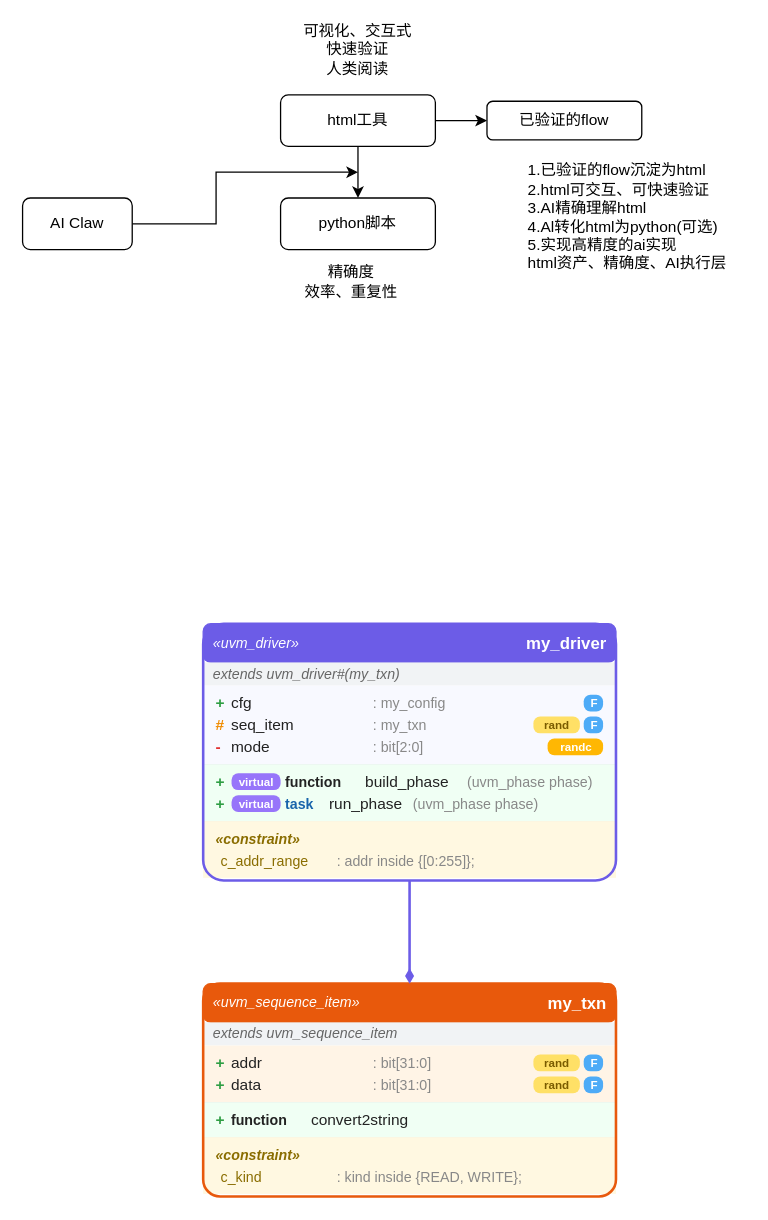
Above: page "第 8 页" (8 of 8) of drawio/杂项.drawio in iceyxy/flow-chart-drawio (draw.io), before the change. Source tidied: cells renumbered, new cells numbered last; positions are measured from the earlier drawing's top-left corner, leaving out a move shared by most shapes. Both pictures are drawn from the tidied source at 129%, with x=0, y=0 at pixel (22, 30).
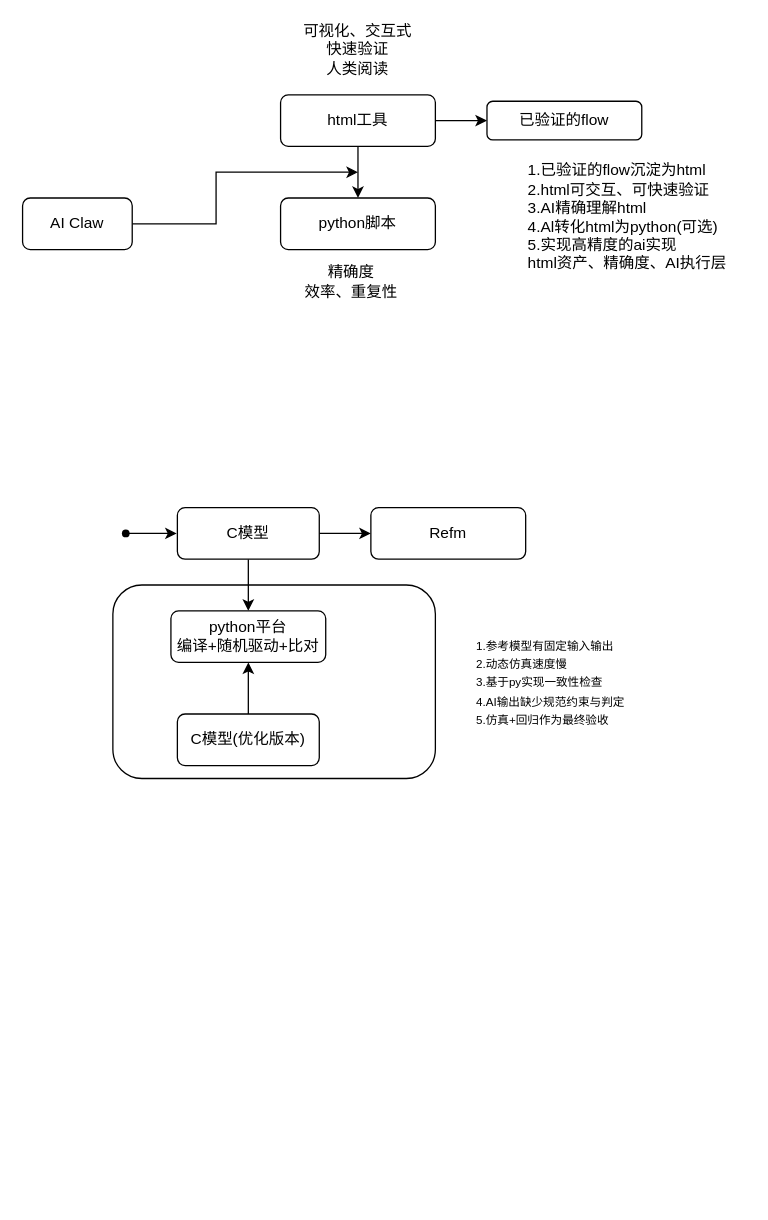
The same page after the edit.

Diff of the diagram source:
```diff
@@
+    <mxCell id="77" style="rounded=1;whiteSpace=wrap;html=1;" parent="1" vertex="1">
+      <mxGeometry x="70" y="430" width="250" height="150" as="geometry" />
+    </mxCell>
@@
-    <mxCell id="12" style="rounded=1;arcSize=20;fillColor=#6c5ce7;strokeColor=#6c5ce7;strokeWidth=1;" parent="1" vertex="1">
-      <mxGeometry x="140" y="460" width="320" height="30" as="geometry" />
-    </mxCell>
-    <mxCell id="13" value="«uvm_driver»" style="text;html=1;strokeColor=none;fillColor=none;align=left;verticalAlign=middle;fontColor=#ffffff;fontStyle=2;fontSize=11;spacing=0;spacingLeft=8;" parent="1" vertex="1">
-      <mxGeometry x="140" y="460" width="192" height="30" as="geometry" />
-    </mxCell>
-    <mxCell id="14" value="my_driver" style="text;html=1;strokeColor=none;fillColor=none;align=right;verticalAlign=middle;fontColor=#ffffff;fontStyle=1;fontSize=13;spacing=0;spacingRight=8;" parent="1" vertex="1">
-      <mxGeometry x="268" y="460" width="192" height="30" as="geometry" />
-    </mxCell>
-    <mxCell id="15" style="shape=rectangle;fillColor=#f1f3f5;strokeColor=none;" parent="1" vertex="1">
-      <mxGeometry x="140" y="490" width="320" height="18" as="geometry" />
-    </mxCell>
-    <mxCell id="16" value="extends uvm_driver#(my_txn)" style="text;html=1;strokeColor=none;fillColor=none;align=left;verticalAlign=middle;fontColor=#666666;fontStyle=2;fontSize=11;spacing=0;spacingLeft=8;" parent="1" vertex="1">
-      <mxGeometry x="140" y="490" width="320" height="18" as="geometry" />
-    </mxCell>
-    <mxCell id="17" style="shape=rectangle;fillColor=#f8f9ff;strokeColor=none;" parent="1" vertex="1">
-      <mxGeometry x="140" y="508" width="320" height="61" as="geometry" />
-    </mxCell>
-    <mxCell id="18" style="shape=line;strokeColor=#dee2e6;strokeWidth=1;" parent="1" vertex="1">
-      <mxGeometry x="140" y="569" width="320" height="1" as="geometry" />
-    </mxCell>
-    <mxCell id="19" value="+" style="text;html=1;strokeColor=none;fillColor=none;align=left;verticalAlign=middle;fontColor=#2f9e44;fontStyle=1;fontSize=12;spacing=0;spacingLeft=10;" parent="1" vertex="1">
-      <mxGeometry x="140" y="513" width="14" height="17" as="geometry" />
-    </mxCell>
-    <mxCell id="20" value="cfg" style="text;html=1;strokeColor=none;fillColor=none;align=left;verticalAlign=middle;fontColor=#222222;fontSize=12;spacing=0;spacingLeft=0;" parent="1" vertex="1">
-      <mxGeometry x="162" y="513" width="110" height="17" as="geometry" />
-    </mxCell>
-    <mxCell id="21" value=": my_config" style="text;html=1;strokeColor=none;fillColor=none;align=left;verticalAlign=middle;fontColor=#888888;fontSize=11;spacing=0;spacingLeft=0;" parent="1" vertex="1">
-      <mxGeometry x="272" y="513" width="100" height="17" as="geometry" />
-    </mxCell>
-    <mxCell id="22" value="F" style="rounded=1;arcSize=40;fillColor=#4dabf7;strokeColor=none;html=1;align=center;verticalAlign=middle;fontColor=#ffffff;fontSize=9;fontStyle=1;spacing=0;spacingLeft=2;spacingRight=2;" parent="1" vertex="1">
-      <mxGeometry x="435" y="515" width="15" height="13" as="geometry" />
-    </mxCell>
-    <mxCell id="23" value="#" style="text;html=1;strokeColor=none;fillColor=none;align=left;verticalAlign=middle;fontColor=#f08c00;fontStyle=1;fontSize=12;spacing=0;spacingLeft=10;" parent="1" vertex="1">
-      <mxGeometry x="140" y="530" width="14" height="17" as="geometry" />
-    </mxCell>
-    <mxCell id="24" value="seq_item" style="text;html=1;strokeColor=none;fillColor=none;align=left;verticalAlign=middle;fontColor=#222222;fontSize=12;spacing=0;spacingLeft=0;" parent="1" vertex="1">
-      <mxGeometry x="162" y="530" width="110" height="17" as="geometry" />
-    </mxCell>
-    <mxCell id="25" value=": my_txn" style="text;html=1;strokeColor=none;fillColor=none;align=left;verticalAlign=middle;fontColor=#888888;fontSize=11;spacing=0;spacingLeft=0;" parent="1" vertex="1">
-      <mxGeometry x="272" y="530" width="100" height="17" as="geometry" />
-    </mxCell>
-    <mxCell id="26" value="F" style="rounded=1;arcSize=40;fillColor=#4dabf7;strokeColor=none;html=1;align=center;verticalAlign=middle;fontColor=#ffffff;fontSize=9;fontStyle=1;spacing=0;spacingLeft=2;spacingRight=2;" parent="1" vertex="1">
-      <mxGeometry x="435" y="532" width="15" height="13" as="geometry" />
-    </mxCell>
-    <mxCell id="27" value="rand" style="rounded=1;arcSize=40;fillColor=#ffe066;strokeColor=none;html=1;align=center;verticalAlign=middle;fontColor=#7a5c00;fontSize=9;fontStyle=1;spacing=0;spacingLeft=2;spacingRight=2;" parent="1" vertex="1">
-      <mxGeometry x="396" y="532" width="36" height="13" as="geometry" />
-    </mxCell>
-    <mxCell id="28" value="-" style="text;html=1;strokeColor=none;fillColor=none;align=left;verticalAlign=middle;fontColor=#e03131;fontStyle=1;fontSize=12;spacing=0;spacingLeft=10;" parent="1" vertex="1">
-      <mxGeometry x="140" y="547" width="14" height="17" as="geometry" />
-    </mxCell>
-    <mxCell id="29" value="mode" style="text;html=1;strokeColor=none;fillColor=none;align=left;verticalAlign=middle;fontColor=#222222;fontSize=12;spacing=0;spacingLeft=0;" parent="1" vertex="1">
-      <mxGeometry x="162" y="547" width="110" height="17" as="geometry" />
-    </mxCell>
-    <mxCell id="30" value=": bit[2:0]" style="text;html=1;strokeColor=none;fillColor=none;align=left;verticalAlign=middle;fontColor=#888888;fontSize=11;spacing=0;spacingLeft=0;" parent="1" vertex="1">
-      <mxGeometry x="272" y="547" width="100" height="17" as="geometry" />
-    </mxCell>
-    <mxCell id="31" value="randc" style="rounded=1;arcSize=40;fillColor=#ffb703;strokeColor=none;html=1;align=center;verticalAlign=middle;fontColor=#ffffff;fontSize=9;fontStyle=1;spacing=0;spacingLeft=2;spacingRight=2;" parent="1" vertex="1">
-      <mxGeometry x="407" y="549" width="43" height="13" as="geometry" />
-    </mxCell>
-    <mxCell id="32" style="shape=rectangle;fillColor=#f0fff4;strokeColor=none;" parent="1" vertex="1">
-      <mxGeometry x="140" y="569" width="320" height="44" as="geometry" />
-    </mxCell>
-    <mxCell id="33" style="shape=line;strokeColor=#dee2e6;strokeWidth=1;" parent="1" vertex="1">
-      <mxGeometry x="140" y="613" width="320" height="1" as="geometry" />
-    </mxCell>
-    <mxCell id="34" value="+" style="text;html=1;strokeColor=none;fillColor=none;align=left;verticalAlign=middle;fontColor=#2f9e44;fontStyle=1;fontSize=12;spacing=0;spacingLeft=10;" parent="1" vertex="1">
-      <mxGeometry x="140" y="574" width="14" height="17" as="geometry" />
-    </mxCell>
-    <mxCell id="35" value="virtual" style="rounded=1;arcSize=40;fillColor=#9775fa;strokeColor=none;html=1;align=center;verticalAlign=middle;fontColor=#ffffff;fontSize=9;fontStyle=1;spacing=0;" parent="1" vertex="1">
-      <mxGeometry x="162" y="576" width="38" height="13" as="geometry" />
-    </mxCell>
-    <mxCell id="36" value="function" style="text;html=1;strokeColor=none;fillColor=none;align=left;verticalAlign=middle;fontColor=#222222;fontStyle=1;fontSize=11;spacing=0;" parent="1" vertex="1">
-      <mxGeometry x="204" y="574" width="60" height="17" as="geometry" />
-    </mxCell>
-    <mxCell id="37" value="build_phase" style="text;html=1;strokeColor=none;fillColor=none;align=left;verticalAlign=middle;fontColor=#222222;fontSize=12;spacing=0;" parent="1" vertex="1">
-      <mxGeometry x="266" y="574" width="120" height="17" as="geometry" />
-    </mxCell>
-    <mxCell id="38" value="(uvm_phase phase)" style="text;html=1;strokeColor=none;fillColor=none;align=left;verticalAlign=middle;fontColor=#888888;fontSize=11;spacing=0;" parent="1" vertex="1">
-      <mxGeometry x="345" y="574" width="107" height="17" as="geometry" />
-    </mxCell>
-    <mxCell id="39" value="+" style="text;html=1;strokeColor=none;fillColor=none;align=left;verticalAlign=middle;fontColor=#2f9e44;fontStyle=1;fontSize=12;spacing=0;spacingLeft=10;" parent="1" vertex="1">
-      <mxGeometry x="140" y="591" width="14" height="17" as="geometry" />
-    </mxCell>
-    <mxCell id="40" value="virtual" style="rounded=1;arcSize=40;fillColor=#9775fa;strokeColor=none;html=1;align=center;verticalAlign=middle;fontColor=#ffffff;fontSize=9;fontStyle=1;spacing=0;" parent="1" vertex="1">
-      <mxGeometry x="162" y="593" width="38" height="13" as="geometry" />
-    </mxCell>
-    <mxCell id="41" value="task" style="text;html=1;strokeColor=none;fillColor=none;align=left;verticalAlign=middle;fontColor=#1864ab;fontStyle=1;fontSize=11;spacing=0;" parent="1" vertex="1">
-      <mxGeometry x="204" y="591" width="32" height="17" as="geometry" />
-    </mxCell>
-    <mxCell id="42" value="run_phase" style="text;html=1;strokeColor=none;fillColor=none;align=left;verticalAlign=middle;fontColor=#222222;fontSize=12;spacing=0;" parent="1" vertex="1">
-      <mxGeometry x="238" y="591" width="120" height="17" as="geometry" />
-    </mxCell>
-    <mxCell id="43" value="(uvm_phase phase)" style="text;html=1;strokeColor=none;fillColor=none;align=left;verticalAlign=middle;fontColor=#888888;fontSize=11;spacing=0;" parent="1" vertex="1">
-      <mxGeometry x="303" y="591" width="149" height="17" as="geometry" />
-    </mxCell>
-    <mxCell id="44" style="shape=rectangle;fillColor=#fff8e1;strokeColor=none;" parent="1" vertex="1">
-      <mxGeometry x="140" y="613" width="320" height="44" as="geometry" />
-    </mxCell>
-    <mxCell id="45" value="«constraint»" style="text;html=1;strokeColor=none;fillColor=none;align=left;verticalAlign=middle;fontColor=#8a6d00;fontStyle=3;fontSize=11;spacing=0;spacingLeft=10;" parent="1" vertex="1">
-      <mxGeometry x="140" y="618" width="320" height="17" as="geometry" />
-    </mxCell>
-    <mxCell id="46" value="c_addr_range" style="text;html=1;strokeColor=none;fillColor=none;align=left;verticalAlign=middle;fontColor=#8a6d00;fontSize=11;spacing=0;spacingLeft=14;" parent="1" vertex="1">
-      <mxGeometry x="140" y="635" width="90" height="17" as="geometry" />
-    </mxCell>
-    <mxCell id="47" value=": addr inside {[0:255]};" style="text;html=1;strokeColor=none;fillColor=none;align=left;verticalAlign=middle;fontColor=#888888;fontSize=11;spacing=0;spacingLeft=0;" parent="1" vertex="1">
-      <mxGeometry x="244" y="635" width="210" height="17" as="geometry" />
-    </mxCell>
-    <mxCell id="48" style="rounded=1;arcSize=8;fillColor=none;strokeColor=#6c5ce7;strokeWidth=2;" parent="1" vertex="1">
-      <mxGeometry x="140" y="460" width="320" height="199" as="geometry" />
-    </mxCell>
-    <mxCell id="49" style="rounded=1;arcSize=20;fillColor=#e8590c;strokeColor=#e8590c;strokeWidth=1;" parent="1" vertex="1">
-      <mxGeometry x="140" y="739" width="320" height="30" as="geometry" />
-    </mxCell>
-    <mxCell id="50" value="«uvm_sequence_item»" style="text;html=1;strokeColor=none;fillColor=none;align=left;verticalAlign=middle;fontColor=#ffffff;fontStyle=2;fontSize=11;spacing=0;spacingLeft=8;" parent="1" vertex="1">
-      <mxGeometry x="140" y="739" width="192" height="30" as="geometry" />
-    </mxCell>
-    <mxCell id="51" value="my_txn" style="text;html=1;strokeColor=none;fillColor=none;align=right;verticalAlign=middle;fontColor=#ffffff;fontStyle=1;fontSize=13;spacing=0;spacingRight=8;" parent="1" vertex="1">
-      <mxGeometry x="268" y="739" width="192" height="30" as="geometry" />
-    </mxCell>
-    <mxCell id="52" style="shape=rectangle;fillColor=#f1f3f5;strokeColor=none;" parent="1" vertex="1">
-      <mxGeometry x="140" y="769" width="320" height="18" as="geometry" />
-    </mxCell>
-    <mxCell id="53" value="extends uvm_sequence_item" style="text;html=1;strokeColor=none;fillColor=none;align=left;verticalAlign=middle;fontColor=#666666;fontStyle=2;fontSize=11;spacing=0;spacingLeft=8;" parent="1" vertex="1">
-      <mxGeometry x="140" y="769" width="320" height="18" as="geometry" />
-    </mxCell>
-    <mxCell id="54" style="shape=rectangle;fillColor=#fff4e6;strokeColor=none;" parent="1" vertex="1">
-      <mxGeometry x="140" y="787" width="320" height="44" as="geometry" />
-    </mxCell>
-    <mxCell id="55" style="shape=line;strokeColor=#dee2e6;strokeWidth=1;" parent="1" vertex="1">
-      <mxGeometry x="140" y="831" width="320" height="1" as="geometry" />
-    </mxCell>
-    <mxCell id="56" value="+" style="text;html=1;strokeColor=none;fillColor=none;align=left;verticalAlign=middle;fontColor=#2f9e44;fontStyle=1;fontSize=12;spacing=0;spacingLeft=10;" parent="1" vertex="1">
-      <mxGeometry x="140" y="792" width="14" height="17" as="geometry" />
-    </mxCell>
-    <mxCell id="57" value="addr" style="text;html=1;strokeColor=none;fillColor=none;align=left;verticalAlign=middle;fontColor=#222222;fontSize=12;spacing=0;spacingLeft=0;" parent="1" vertex="1">
-      <mxGeometry x="162" y="792" width="110" height="17" as="geometry" />
-    </mxCell>
-    <mxCell id="58" value=": bit[31:0]" style="text;html=1;strokeColor=none;fillColor=none;align=left;verticalAlign=middle;fontColor=#888888;fontSize=11;spacing=0;spacingLeft=0;" parent="1" vertex="1">
-      <mxGeometry x="272" y="792" width="100" height="17" as="geometry" />
-    </mxCell>
-    <mxCell id="59" value="F" style="rounded=1;arcSize=40;fillColor=#4dabf7;strokeColor=none;html=1;align=center;verticalAlign=middle;fontColor=#ffffff;fontSize=9;fontStyle=1;spacing=0;spacingLeft=2;spacingRight=2;" parent="1" vertex="1">
-      <mxGeometry x="435" y="794" width="15" height="13" as="geometry" />
-    </mxCell>
-    <mxCell id="60" value="rand" style="rounded=1;arcSize=40;fillColor=#ffe066;strokeColor=none;html=1;align=center;verticalAlign=middle;fontColor=#7a5c00;fontSize=9;fontStyle=1;spacing=0;spacingLeft=2;spacingRight=2;" parent="1" vertex="1">
-      <mxGeometry x="396" y="794" width="36" height="13" as="geometry" />
-    </mxCell>
-    <mxCell id="61" value="+" style="text;html=1;strokeColor=none;fillColor=none;align=left;verticalAlign=middle;fontColor=#2f9e44;fontStyle=1;fontSize=12;spacing=0;spacingLeft=10;" parent="1" vertex="1">
-      <mxGeometry x="140" y="809" width="14" height="17" as="geometry" />
-    </mxCell>
-    <mxCell id="62" value="data" style="text;html=1;strokeColor=none;fillColor=none;align=left;verticalAlign=middle;fontColor=#222222;fontSize=12;spacing=0;spacingLeft=0;" parent="1" vertex="1">
-      <mxGeometry x="162" y="809" width="110" height="17" as="geometry" />
-    </mxCell>
-    <mxCell id="63" value=": bit[31:0]" style="text;html=1;strokeColor=none;fillColor=none;align=left;verticalAlign=middle;fontColor=#888888;fontSize=11;spacing=0;spacingLeft=0;" parent="1" vertex="1">
-      <mxGeometry x="272" y="809" width="100" height="17" as="geometry" />
-    </mxCell>
-    <mxCell id="64" value="F" style="rounded=1;arcSize=40;fillColor=#4dabf7;strokeColor=none;html=1;align=center;verticalAlign=middle;fontColor=#ffffff;fontSize=9;fontStyle=1;spacing=0;spacingLeft=2;spacingRight=2;" parent="1" vertex="1">
-      <mxGeometry x="435" y="811" width="15" height="13" as="geometry" />
-    </mxCell>
-    <mxCell id="65" value="rand" style="rounded=1;arcSize=40;fillColor=#ffe066;strokeColor=none;html=1;align=center;verticalAlign=middle;fontColor=#7a5c00;fontSize=9;fontStyle=1;spacing=0;spacingLeft=2;spacingRight=2;" parent="1" vertex="1">
-      <mxGeometry x="396" y="811" width="36" height="13" as="geometry" />
-    </mxCell>
-    <mxCell id="66" style="shape=rectangle;fillColor=#f0fff4;strokeColor=none;" parent="1" vertex="1">
-      <mxGeometry x="140" y="831" width="320" height="27" as="geometry" />
-    </mxCell>
-    <mxCell id="67" style="shape=line;strokeColor=#dee2e6;strokeWidth=1;" parent="1" vertex="1">
-      <mxGeometry x="140" y="858" width="320" height="1" as="geometry" />
-    </mxCell>
-    <mxCell id="68" value="+" style="text;html=1;strokeColor=none;fillColor=none;align=left;verticalAlign=middle;fontColor=#2f9e44;fontStyle=1;fontSize=12;spacing=0;spacingLeft=10;" parent="1" vertex="1">
-      <mxGeometry x="140" y="836" width="14" height="17" as="geometry" />
-    </mxCell>
-    <mxCell id="69" value="function" style="text;html=1;strokeColor=none;fillColor=none;align=left;verticalAlign=middle;fontColor=#222222;fontStyle=1;fontSize=11;spacing=0;" parent="1" vertex="1">
-      <mxGeometry x="162" y="836" width="60" height="17" as="geometry" />
-    </mxCell>
-    <mxCell id="70" value="convert2string" style="text;html=1;strokeColor=none;fillColor=none;align=left;verticalAlign=middle;fontColor=#222222;fontSize=12;spacing=0;" parent="1" vertex="1">
-      <mxGeometry x="224" y="836" width="120" height="17" as="geometry" />
-    </mxCell>
-    <mxCell id="71" style="shape=rectangle;fillColor=#fff8e1;strokeColor=none;" parent="1" vertex="1">
-      <mxGeometry x="140" y="858" width="320" height="44" as="geometry" />
-    </mxCell>
-    <mxCell id="72" value="«constraint»" style="text;html=1;strokeColor=none;fillColor=none;align=left;verticalAlign=middle;fontColor=#8a6d00;fontStyle=3;fontSize=11;spacing=0;spacingLeft=10;" parent="1" vertex="1">
-      <mxGeometry x="140" y="863" width="320" height="17" as="geometry" />
-    </mxCell>
-    <mxCell id="73" value="c_kind" style="text;html=1;strokeColor=none;fillColor=none;align=left;verticalAlign=middle;fontColor=#8a6d00;fontSize=11;spacing=0;spacingLeft=14;" parent="1" vertex="1">
-      <mxGeometry x="140" y="880" width="90" height="17" as="geometry" />
-    </mxCell>
-    <mxCell id="74" value=": kind inside {READ, WRITE};" style="text;html=1;strokeColor=none;fillColor=none;align=left;verticalAlign=middle;fontColor=#888888;fontSize=11;spacing=0;spacingLeft=0;" parent="1" vertex="1">
-      <mxGeometry x="244" y="880" width="210" height="17" as="geometry" />
-    </mxCell>
-    <mxCell id="75" style="rounded=1;arcSize=8;fillColor=none;strokeColor=#e8590c;strokeWidth=2;" parent="1" vertex="1">
-      <mxGeometry x="140" y="739" width="320" height="165" as="geometry" />
-    </mxCell>
-    <mxCell id="76" style="edgeStyle=orthogonalEdgeStyle;rounded=0;html=1;strokeWidth=2;endArrow=diamondThin;endFill=1;strokeColor=#6c5ce7;" parent="1" edge="1" source="48" target="75">
-      <mxGeometry relative="1" as="geometry" />
-    </mxCell>
+    <mxCell id="78" style="edgeStyle=orthogonalEdgeStyle;rounded=0;jettySize=auto;html=1;entryX=0;entryY=0.5;entryDx=0;entryDy=0;" parent="1" edge="1" source="80" target="81">
+      <mxGeometry relative="1" as="geometry" />
+    </mxCell>
+    <mxCell id="79" style="edgeStyle=orthogonalEdgeStyle;rounded=0;jettySize=auto;html=1;entryX=0.5;entryY=0;entryDx=0;entryDy=0;" parent="1" edge="1" source="80" target="84">
+      <mxGeometry relative="1" as="geometry" />
+    </mxCell>
+    <mxCell id="80" value="C模型" style="rounded=1;whiteSpace=wrap;html=1;" parent="1" vertex="1">
+      <mxGeometry x="120" y="370" width="110" height="40" as="geometry" />
+    </mxCell>
+    <mxCell id="81" value="Refm" style="rounded=1;whiteSpace=wrap;html=1;" parent="1" vertex="1">
+      <mxGeometry x="270" y="370" width="120" height="40" as="geometry" />
+    </mxCell>
+    <mxCell id="82" style="shape=waypoint;sketch=0;fillStyle=solid;size=6;points=[];fillColor=none;perimeter=centerPerimeter;snapToPoint=1;" parent="1" vertex="1">
+      <mxGeometry x="70" y="380" width="20" height="20" as="geometry" />
+    </mxCell>
+    <mxCell id="83" style="edgeStyle=orthogonalEdgeStyle;rounded=0;jettySize=auto;html=1;entryX=-0.005;entryY=0.493;entryDx=0;entryDy=0;entryPerimeter=0;" parent="1" edge="1" source="82" target="80">
+      <mxGeometry relative="1" as="geometry" />
+    </mxCell>
+    <mxCell id="84" value="python平台&lt;div&gt;编译+随机驱动+比对&lt;/div&gt;" style="rounded=1;whiteSpace=wrap;html=1;" parent="1" vertex="1">
+      <mxGeometry x="115" y="450" width="120" height="40" as="geometry" />
+    </mxCell>
+    <mxCell id="85" style="edgeStyle=orthogonalEdgeStyle;rounded=0;jettySize=auto;html=1;entryX=0.5;entryY=1;entryDx=0;entryDy=0;" parent="1" edge="1" source="86" target="84">
+      <mxGeometry relative="1" as="geometry" />
+    </mxCell>
+    <mxCell id="86" value="C模型(优化版本)" style="rounded=1;whiteSpace=wrap;html=1;" parent="1" vertex="1">
+      <mxGeometry x="120" y="530" width="110" height="40" as="geometry" />
+    </mxCell>
+    <mxCell id="87" value="&lt;font style=&quot;font-size: 9px;&quot;&gt;1.参考模型有固定输入输出&lt;/font&gt;&lt;div style=&quot;&quot;&gt;&lt;font style=&quot;font-size: 9px;&quot;&gt;2.动态仿真速度慢&lt;/font&gt;&lt;/div&gt;&lt;div style=&quot;&quot;&gt;&lt;font style=&quot;font-size: 9px;&quot;&gt;3.基于py实现一致性检查&lt;/font&gt;&lt;/div&gt;&lt;div style=&quot;&quot;&gt;&lt;font style=&quot;font-size: 9px;&quot;&gt;4.AI输出缺少规范约束与判定&lt;/font&gt;&lt;/div&gt;&lt;div style=&quot;&quot;&gt;&lt;font style=&quot;font-size: 9px;&quot;&gt;5.仿真+回归作为最终验收&lt;/font&gt;&lt;/div&gt;" style="text;html=1;whiteSpace=wrap;strokeColor=none;fillColor=none;align=left;verticalAlign=middle;rounded=0;" parent="1" vertex="1">
+      <mxGeometry x="350" y="490" width="120" height="30" as="geometry" />
+    </mxCell>
```
